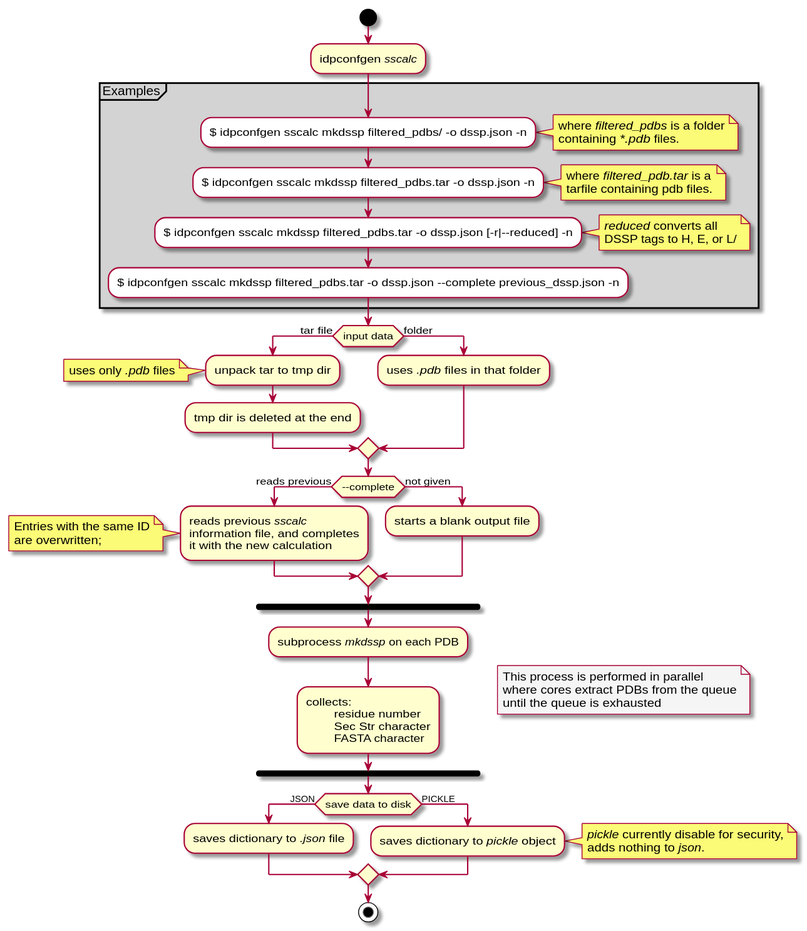
Earlier version of the PlantUML export docs/UMLs/idpconfgen_sscalc.svg (julie-forman-kay-lab/IDPConformerGenerator). Source of this version:
```plantuml
@startuml

start

:idpconfgen //sscalc//;

partition #LIGHTGREY Examples {
    #WHITE:$ idpconfgen sscalc mkdssp filtered_pdbs/ -o dssp.json -n;
    note right
        where //filtered_pdbs// is a folder
        containing //*.pdb// files.
    end note
    #WHITE:$ idpconfgen sscalc mkdssp filtered_pdbs.tar -o dssp.json -n;
    note right
        where //filtered_pdb.tar// is a
        tarfile containing pdb files.
    end note
    #WHITE:$ idpconfgen sscalc mkdssp filtered_pdbs.tar -o dssp.json [-r|--reduced] -n;
    note right
        //reduced// converts all
        DSSP tags to H, E, or L/
    end note
    #WHITE:$ idpconfgen sscalc mkdssp filtered_pdbs.tar -o dssp.json --complete previous_dssp.json -n;
    }

if (input data) then (tar file)
    :unpack tar to tmp dir;
    note left
        uses only //.pdb// files
    end note
    :tmp dir is deleted at the end;
else (folder)
    :uses //.pdb// files in that folder;
endif

if (--complete) then (reads previous)
    :reads previous //sscalc//
    information file, and completes
    it with the new calculation;
    note left
        Entries with the same ID
        are overwritten;
    end note
else (not given)
    :starts a blank output file;
endif

fork

:subprocess //mkdssp// on each PDB;
:collects:
        residue number
        Sec Str character
        FASTA character;
end fork
note right #whitesmoke
    This process is performed in parallel
    where cores extract PDBs from the queue
    until the queue is exhausted
end note

if (save data to disk) then (JSON)
    :saves dictionary to //.json// file;
else (PICKLE)
    :saves dictionary to //pickle// object;
    note right
        //pickle// currently disable for security,
        adds nothing to //json//.
    end note
endif

stop

@enduml
```
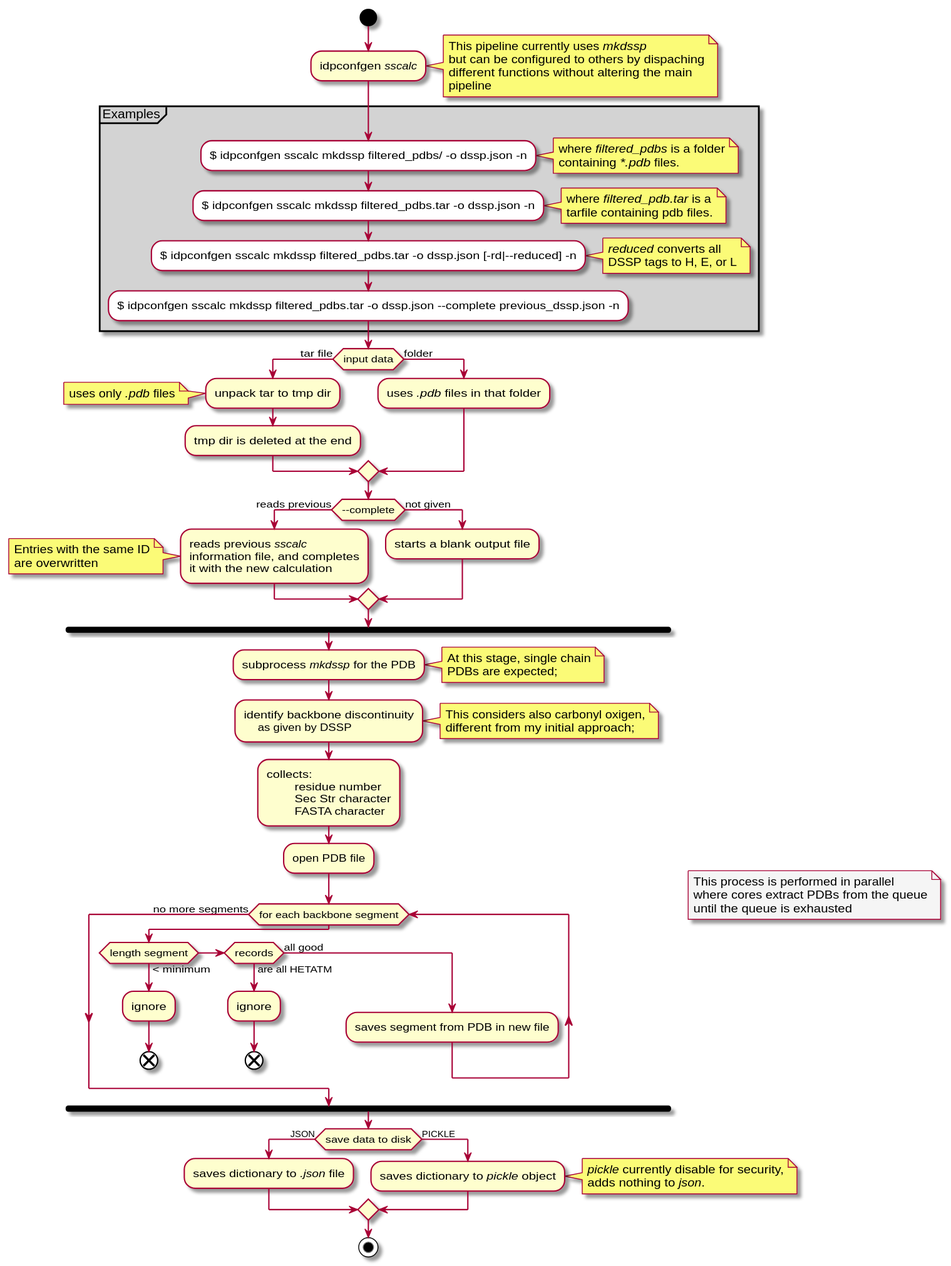
After the commit.

Commit message:
functioning sscalc

What changed in the source:
```diff
@@ -3,6 +3,12 @@
 start
 
 :idpconfgen //sscalc//;
+note right
+    This pipeline currently uses //mkdssp//
+    but can be configured to others by dispaching
+    different functions without altering the main
+    pipeline
+end note
 
 partition #LIGHTGREY Examples {
     #WHITE:$ idpconfgen sscalc mkdssp filtered_pdbs/ -o dssp.json -n;
@@ -15,10 +21,10 @@
         where //filtered_pdb.tar// is a
         tarfile containing pdb files.
     end note
-    #WHITE:$ idpconfgen sscalc mkdssp filtered_pdbs.tar -o dssp.json [-r|--reduced] -n;
+    #WHITE:$ idpconfgen sscalc mkdssp filtered_pdbs.tar -o dssp.json [-rd|--reduced] -n;
     note right
         //reduced// converts all
-        DSSP tags to H, E, or L/
+        DSSP tags to H, E, or L
     end note
     #WHITE:$ idpconfgen sscalc mkdssp filtered_pdbs.tar -o dssp.json --complete previous_dssp.json -n;
     }
@@ -39,7 +45,7 @@
     it with the new calculation;
     note left
         Entries with the same ID
-        are overwritten;
+        are overwritten
     end note
 else (not given)
     :starts a blank output file;
@@ -47,11 +53,36 @@
 
 fork
 
-:subprocess //mkdssp// on each PDB;
+:subprocess //mkdssp// for the PDB;
+note right
+    At this stage, single chain
+    PDBs are expected;
+end note
+:identify backbone discontinuity
+    as given by DSSP;
+note right
+    This considers also carbonyl oxigen,
+    different from my initial approach;
+end note
 :collects:
         residue number
         Sec Str character
         FASTA character;
+
+:open PDB file;
+ while (for each backbone segment)
+
+if (length segment) then (< minimum)
+    :ignore;
+    end
+elseif (records) then (are all HETATM)
+    :ignore;
+    end
+else (all good)
+    :saves segment from PDB in new file;
+endif
+
+endwhile (no more segments)
 end fork
 note right #whitesmoke
     This process is performed in parallel
```
